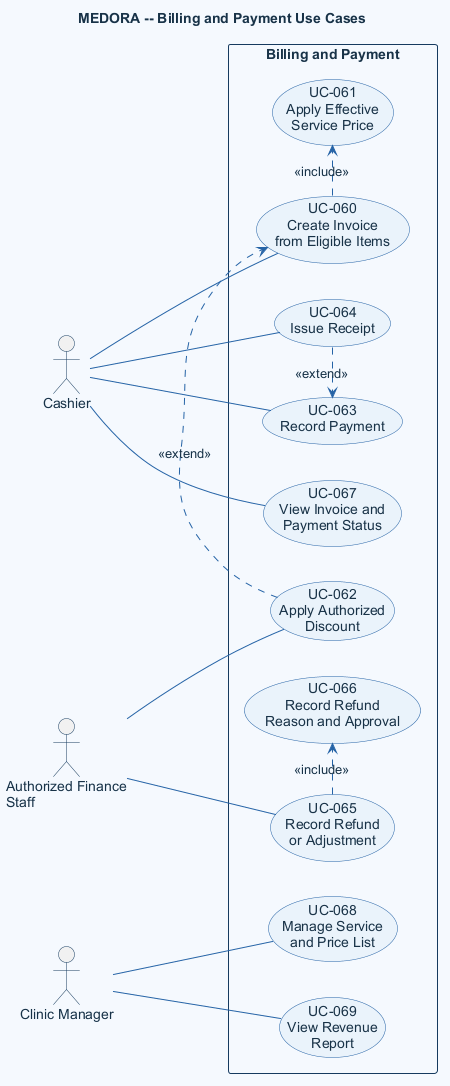
This is doc/asset/03-system-requirements/use-case-by-function/billing/figure/billing-and-payment.png from DucDung-1107/SysDes_2026.1_Group_08, a PlantUML export, as it was before one commit.
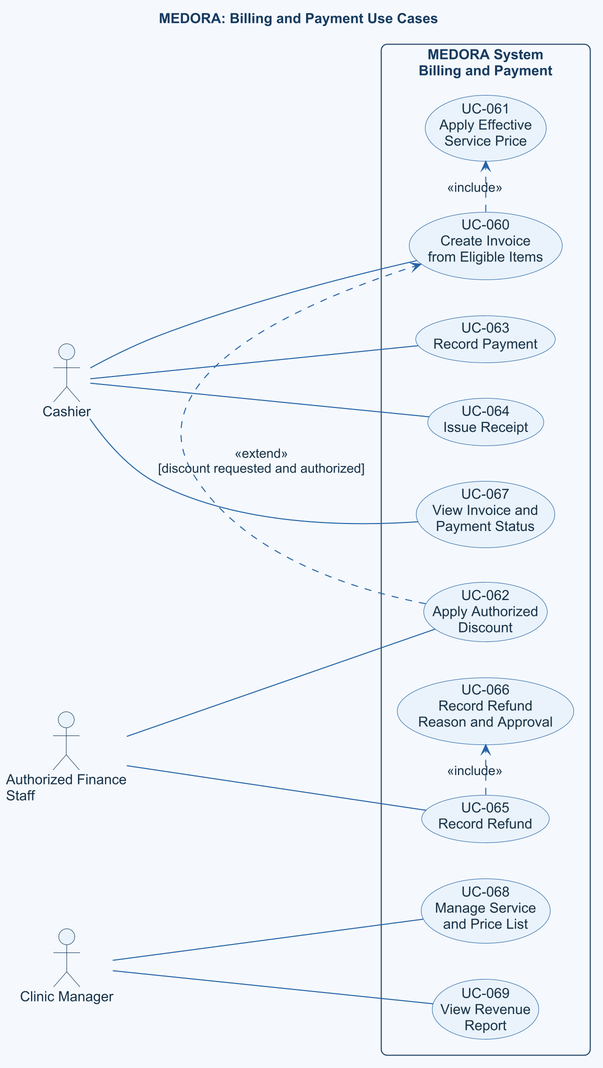
Later version of the same file.

Diff of the diagram source:
```diff
@@ -1,30 +1,20 @@
 @startuml
-title MEDORA -- Billing and Payment Use Cases
+title MEDORA: Billing and Payment Use Cases
+!include ../../../../shared/templates/medora-style.puml
+skinparam dpi 192
 left to right direction
-skinparam shadowing false
-skinparam defaultFontName Arial
-skinparam defaultFontColor #183247
-skinparam backgroundColor #F5F9FE
-skinparam ArrowColor #2563A6
-skinparam UsecaseBackgroundColor #EAF3FB
-skinparam UsecaseBorderColor #2563A6
-skinparam UsecaseFontColor #183247
-skinparam ActorBorderColor #163A5F
-skinparam ActorFontColor #183247
-skinparam RectangleBackgroundColor #F5F9FE
-skinparam RectangleBorderColor #163A5F
 
 actor Cashier as cashier
 actor "Authorized Finance\nStaff" as finance
 actor "Clinic Manager" as manager
 
-rectangle "Billing and Payment" {
+rectangle "MEDORA System\nBilling and Payment" {
   usecase "UC-060\nCreate Invoice\nfrom Eligible Items" as invoice
   usecase "UC-061\nApply Effective\nService Price" as price
   usecase "UC-062\nApply Authorized\nDiscount" as discount
   usecase "UC-063\nRecord Payment" as payment
   usecase "UC-064\nIssue Receipt" as receipt
-  usecase "UC-065\nRecord Refund\nor Adjustment" as refund
+  usecase "UC-065\nRecord Refund" as refund
   usecase "UC-066\nRecord Refund\nReason and Approval" as refundApproval
   usecase "UC-067\nView Invoice and\nPayment Status" as status
   usecase "UC-068\nManage Service\nand Price List" as priceList
@@ -41,8 +31,7 @@
 manager -- revenue
 
 invoice .> price : <<include>>
-discount .> invoice : <<extend>>
-receipt .> payment : <<extend>>
+discount .> invoice : <<extend>>\n[discount requested and authorized]
 refund .> refundApproval : <<include>>
 
 @enduml
```
